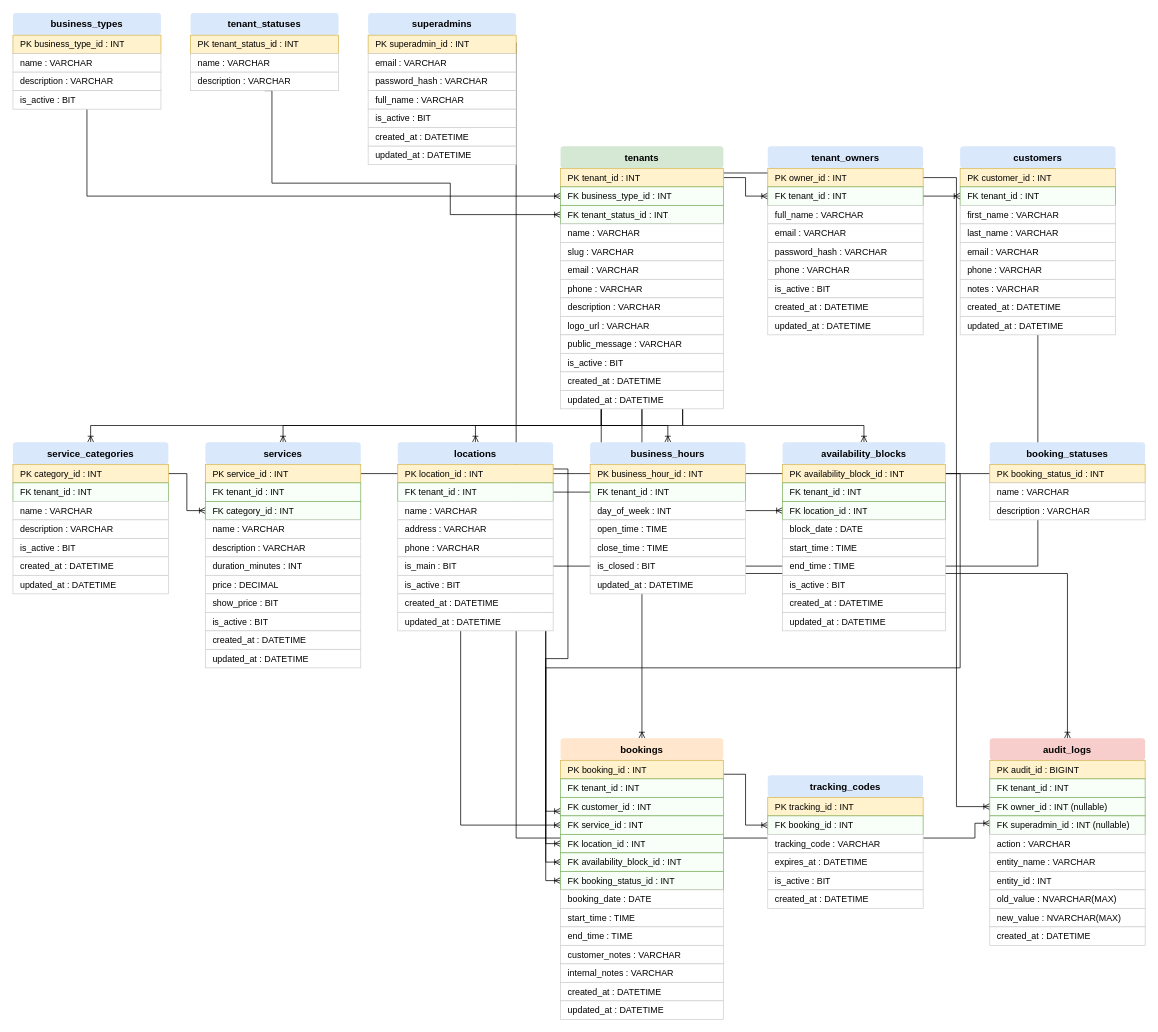
Earlier version of the draw.io diagram page "Diagrama entidad-relacion" (4 of 4) of infra/MultiTenantBookingManager.drawio (handelenriquezacuna/multiTenantBookingManager). Source tidied: cells renumbered, new cells numbered last; positions are measured from the earlier drawing's top-left corner, leaving out a move shared by most shapes. Both pictures are drawn from the tidied source at 74%, with x=0, y=0 at pixel (13, 13).
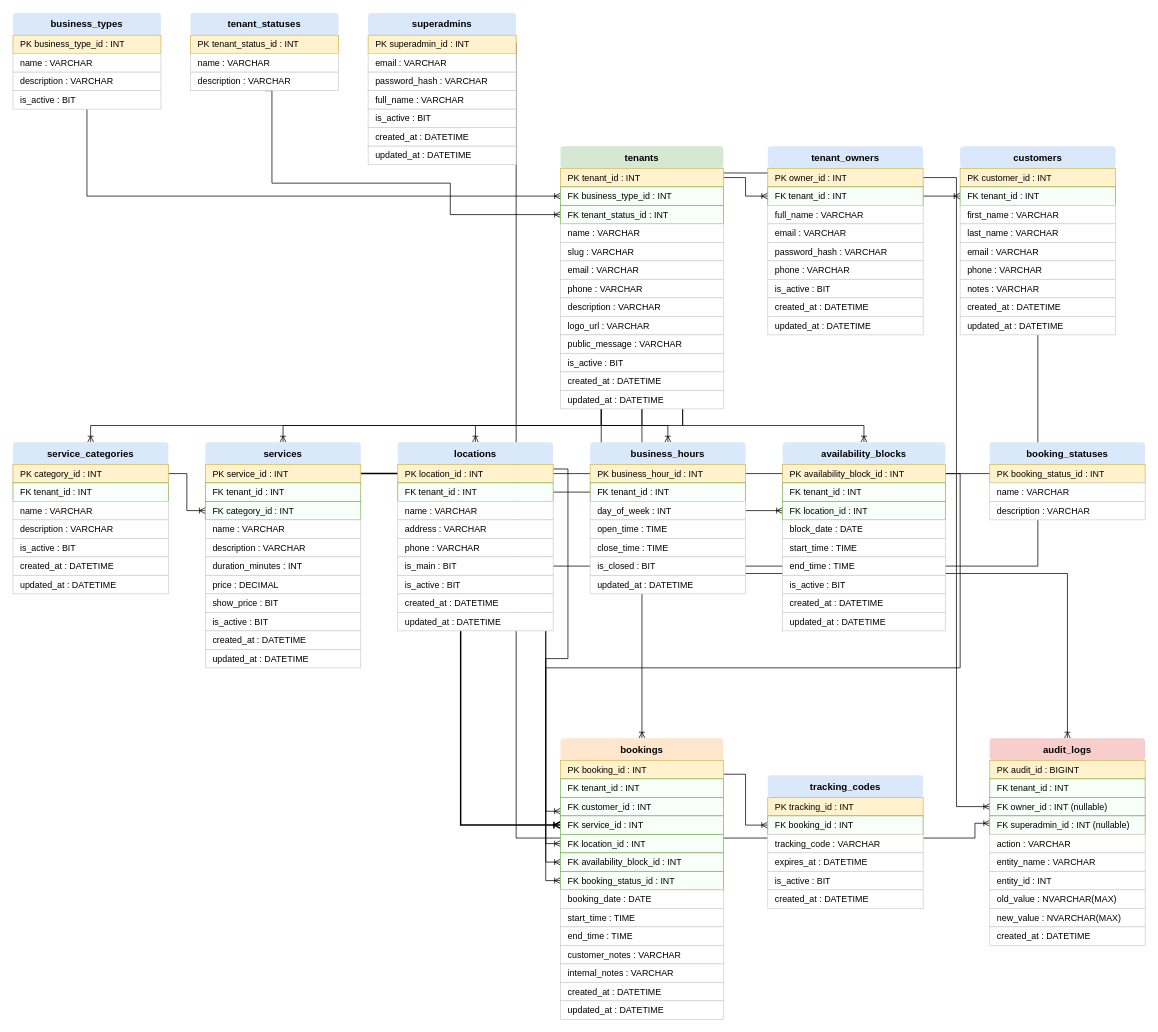
After the change.

Unchanged cells that the change refers to:
```xml
<mxCell id="79" value="PK  service_id : INT" style="text;html=1;strokeColor=#d6b656;fillColor=#fff2cc;align=left;verticalAlign=middle;spacingLeft=8;overflow=hidden;fontSize=12;" parent="1" vertex="1">
  <mxGeometry x="260" y="610" width="210" height="25" as="geometry" />
</mxCell>
<mxCell id="130" value="FK  service_id : INT" style="text;html=1;strokeColor=#82b366;fillColor=#f8fff8;align=left;verticalAlign=middle;spacingLeft=8;overflow=hidden;fontSize=12;" parent="1" vertex="1">
  <mxGeometry x="740" y="1085" width="220" height="25" as="geometry" />
</mxCell>
```

Change to the diagram source:
```diff
@@
-    <mxCell id="78" style="edgeStyle=orthogonalEdgeStyle;rounded=0;jettySize=auto;html=1;exitX=1;exitY=0.5;exitDx=0;exitDy=0;entryX=0;entryY=0.5;entryDx=0;entryDy=0;endArrow=ERoneToMany;endFill=0;" parent="1" edge="1" source="79" target="130">
+    <mxCell id="78" style="edgeStyle=orthogonalEdgeStyle;rounded=0;jettySize=auto;html=1;exitX=1;exitY=0.5;exitDx=0;exitDy=0;entryX=0;entryY=0.5;entryDx=0;entryDy=0;endArrow=ERoneToMany;endFill=0;strokeWidth=2;" parent="1" edge="1" source="79" target="130">
       <mxGeometry relative="1" as="geometry" />
     </mxCell>
```
